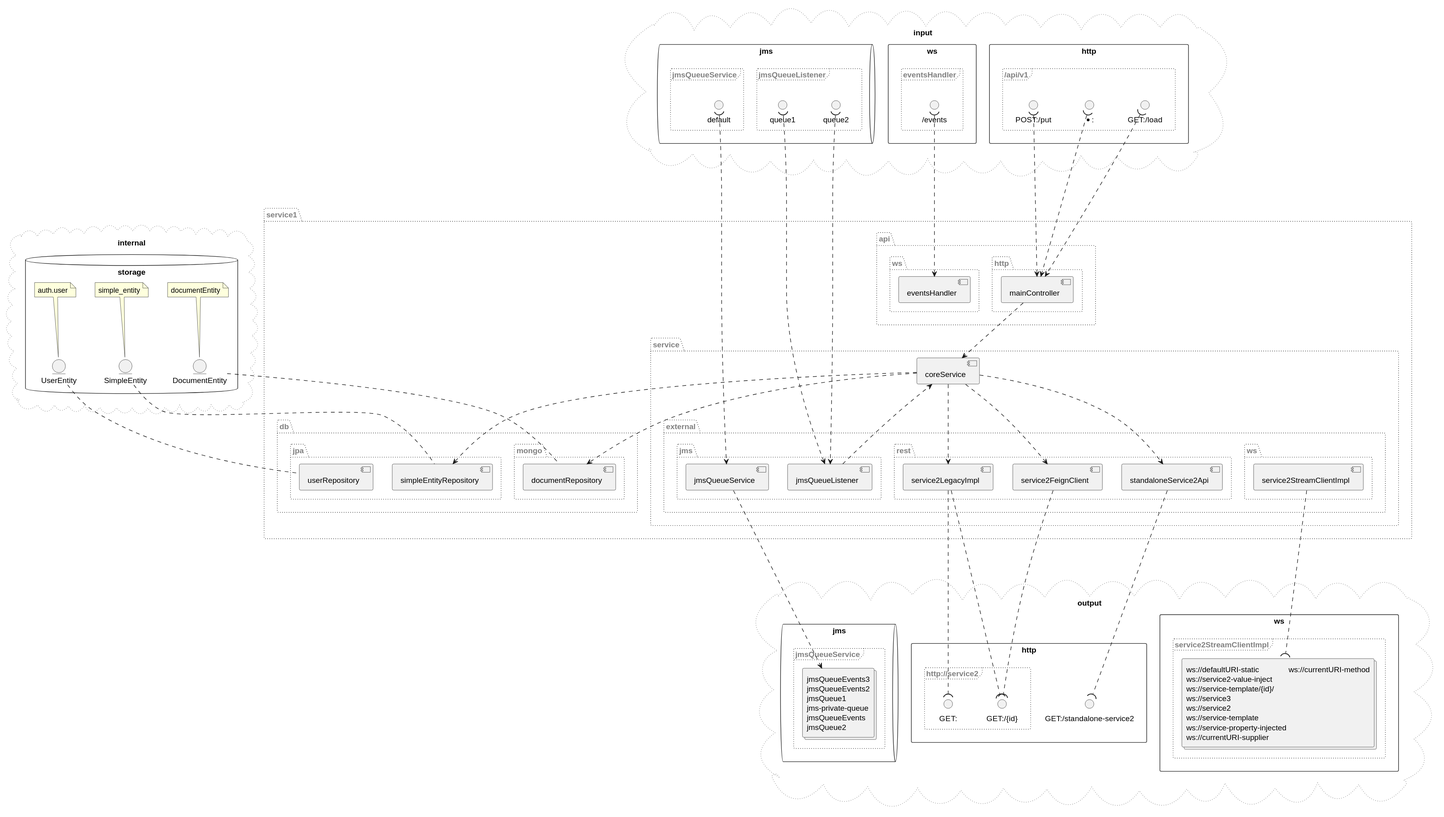
Before: test/service1/src/schema/connections.svg, a diagram exported from PlantUML (m4gshm/spring-boot-components-visualizer). Its diagram source:
```plantuml
@startuml
remove @unlinked
package "service1" as service1 #line.dotted;text:gray {
  package "api" as service1.api #line.dotted;text:gray {
    package "http" as service1.api.http #line.dotted;text:gray {
      component mainController as mainController
    }
    package "ws" as service1.api.ws #line.dotted;text:gray {
      component eventsHandler as eventsHandler
    }
  }
  package "db" as service1.db #line.dotted;text:gray {
    package "jpa" as service1.db.jpa #line.dotted;text:gray {
      component simpleEntityRepository as simpleEntityRepository
      component userRepository as userRepository
    }
    package "mongo" as service1.db.mongo #line.dotted;text:gray {
      component documentRepository as documentRepository
    }
  }
  package "service" as service1.service #line.dotted;text:gray {
    component coreService as coreService
    package "external" as service1.service.external #line.dotted;text:gray {
      package "jms" as service1.service.external.jms #line.dotted;text:gray {
        component jmsQueueListener as jmsQueueListener
        component jmsQueueService as jmsQueueService
      }
      package "rest" as service1.service.external.rest #line.dotted;text:gray {
        component service2LegacyImpl as service2LegacyImpl
        component standaloneService2Api as standaloneService2Api
        component service2FeignClient as service2FeignClient
      }
      package "ws" as service1.service.external.ws #line.dotted;text:gray {
        component service2StreamClientImpl as service2StreamClientImpl
      }
    }
  }
}
mainController ..> coreService
coreService ..> documentRepository
coreService ..> service2FeignClient
coreService ..> service2LegacyImpl
coreService ..> simpleEntityRepository
coreService ..> standaloneService2Api
jmsQueueListener ..> coreService
cloud "internal" as internal #line.dotted;line:gray; {
  database "storage" as internal.storage {
    entity "UserEntity" as internal.jpa.classservice1.db.jpa.model.UserEntity..auth.user.
    note "auth.user" as internal.jpa.classservice1.db.jpa.model.UserEntity..auth.user..table_name
    internal.jpa.classservice1.db.jpa.model.UserEntity..auth.user..table_name .. internal.jpa.classservice1.db.jpa.model.UserEntity..auth.user.
    internal.jpa.classservice1.db.jpa.model.UserEntity..auth.user. .. userRepository
    entity "SimpleEntity" as internal.jpa.classservice1.db.jpa.model.SimpleEntity..simple_entity.
    note "simple_entity" as internal.jpa.classservice1.db.jpa.model.SimpleEntity..simple_entity..table_name
    internal.jpa.classservice1.db.jpa.model.SimpleEntity..simple_entity..table_name .. internal.jpa.classservice1.db.jpa.model.SimpleEntity..simple_entity.
    internal.jpa.classservice1.db.jpa.model.SimpleEntity..simple_entity. .. simpleEntityRepository
    entity "DocumentEntity" as internal.mongo.classservice1.db.mongo.model.DocumentEntity..documentEntity.
    note "documentEntity" as internal.mongo.classservice1.db.mongo.model.DocumentEntity..documentEntity..table_name
    internal.mongo.classservice1.db.mongo.model.DocumentEntity..documentEntity..table_name .. internal.mongo.classservice1.db.mongo.model.DocumentEntity..documentEntity.
    internal.mongo.classservice1.db.mongo.model.DocumentEntity..documentEntity. .. documentRepository
  }
}
cloud "input" as input #line.dotted;line:gray; {
  rectangle "ws" as input.websocket {
    frame "eventsHandler" as input.websocket.eventsHandler #line.dotted;text:gray {
      interface "/events" as in.in.ws..events
      in.in.ws..events )....> eventsHandler
    }
  }
  queue "jms" as input.jms {
    frame "jmsQueueService" as input.jms.jmsQueueService #line.dotted;text:gray {
      interface "default" as in.default.in
      in.default.in )....> jmsQueueService
    }
    frame "jmsQueueListener" as input.jms.jmsQueueListener #line.dotted;text:gray {
      interface "queue2" as in.queue2.in
      in.queue2.in )....> jmsQueueListener
      interface "queue1" as in.queue1.in
      in.queue1.in )....> jmsQueueListener
    }
  }
  rectangle "http" as input.http {
    frame "/api/v1" as input.http..api.v1 #line.dotted;text:gray {
      interface "*:" as in....api.v1.
      in....api.v1. )....> mainController
      interface "GET:/load" as in.GET..api.v1.load
      in.GET..api.v1.load )....> mainController
      interface "POST:/put" as in.POST..api.v1.put
      in.POST..api.v1.put )....> mainController
    }
  }
}
cloud "output" as output #line.dotted;line:gray; {
  rectangle "ws" as output.websocket {
    frame "service2StreamClientImpl" as output.websocket.service2StreamClientImpl #line.dotted;text:gray {
      collections "<#transparent,transparent>|ws://defaultURI-static |ws://currentURI-method|\n<#transparent,transparent>|ws://service2-value-inject | |\n<#transparent,transparent>|ws://service-template/{id}/ | |\n<#transparent,transparent>|ws://service3 | |\n<#transparent,transparent>|ws://service2 | |\n<#transparent,transparent>|ws://service-template | |\n<#transparent,transparent>|ws://service-property-injected | |\n<#transparent,transparent>|ws://currentURI-supplier | |" as service2StreamClientImpl.interfaces
      service2StreamClientImpl ....( service2StreamClientImpl.interfaces
    }
  }
  rectangle "http" as output.http {
    interface "GET:/standalone-service2" as out.GET.standalone.service2..id.
    standaloneService2Api ....( out.GET.standalone.service2..id.
    frame "http://service2" as output.http.http...service2 #line.dotted;text:gray {
      interface "GET:" as out.GET.http...service2
      service2LegacyImpl ....( out.GET.http...service2
      interface "GET:/{id}" as out.GET.http...service2..id.
      service2LegacyImpl ....( out.GET.http...service2..id.
      service2FeignClient ....( out.GET.http...service2..id.
    }
  }
  queue "jms" as output.jms {
    frame "jmsQueueService" as output.jms.jmsQueueService #line.dotted;text:gray {
      collections "<#transparent,transparent>|jmsQueueEvents3|\n<#transparent,transparent>|jmsQueueEvents2|\n<#transparent,transparent>|jmsQueue1|\n<#transparent,transparent>|jms-private-queue|\n<#transparent,transparent>|jmsQueueEvents|\n<#transparent,transparent>|jmsQueue2|" as jmsQueueService.interfaces
      jmsQueueService ....> jmsQueueService.interfaces
    }
  }
}
@enduml
```
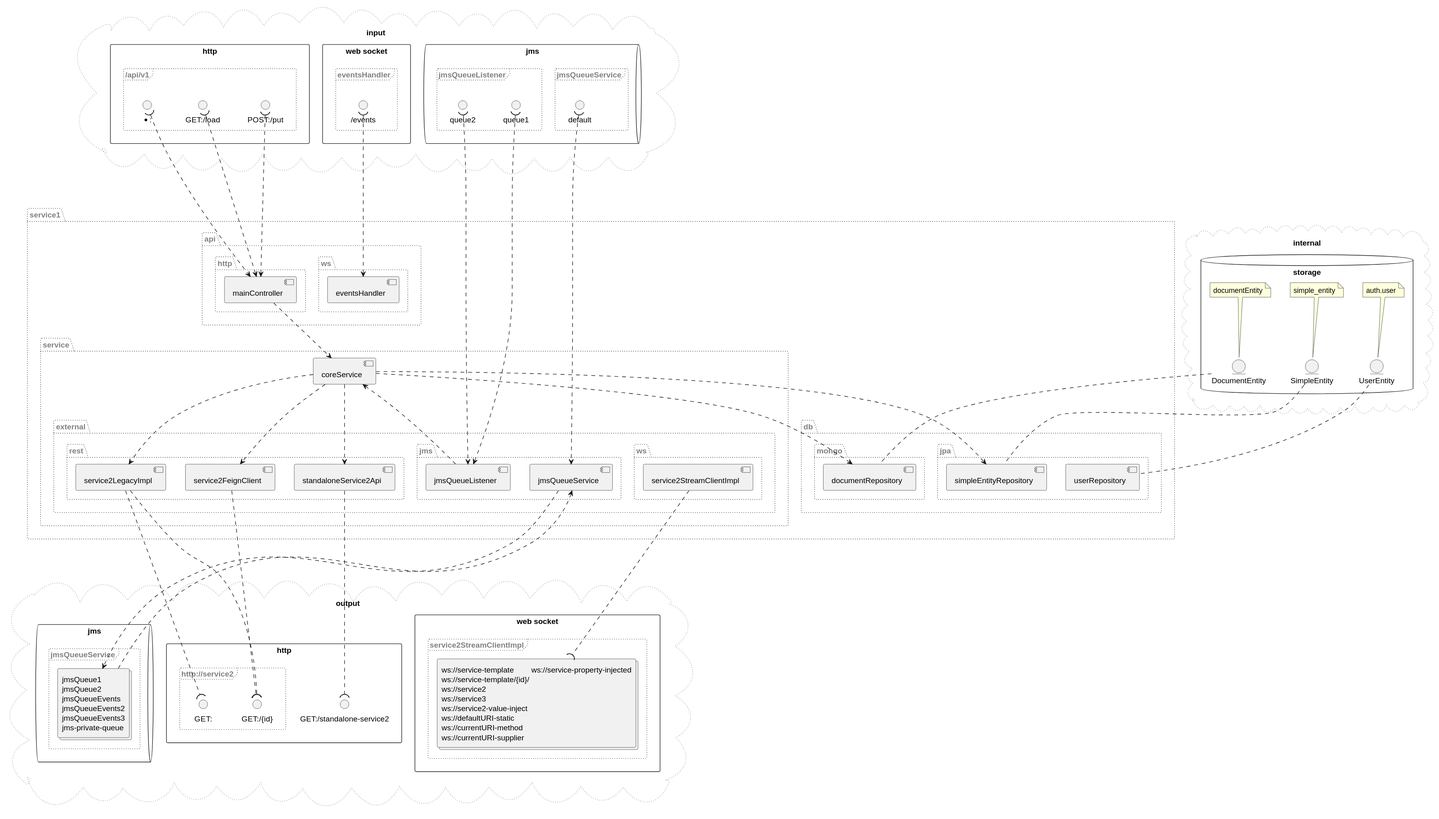
After the change.

Change to the diagram source:
```diff
@@ -43,41 +43,7 @@
 coreService ..> simpleEntityRepository
 coreService ..> standaloneService2Api
 jmsQueueListener ..> coreService
-cloud "internal" as internal #line.dotted;line:gray; {
-  database "storage" as internal.storage {
-    entity "UserEntity" as internal.jpa.classservice1.db.jpa.model.UserEntity..auth.user.
-    note "auth.user" as internal.jpa.classservice1.db.jpa.model.UserEntity..auth.user..table_name
-    internal.jpa.classservice1.db.jpa.model.UserEntity..auth.user..table_name .. internal.jpa.classservice1.db.jpa.model.UserEntity..auth.user.
-    internal.jpa.classservice1.db.jpa.model.UserEntity..auth.user. .. userRepository
-    entity "SimpleEntity" as internal.jpa.classservice1.db.jpa.model.SimpleEntity..simple_entity.
-    note "simple_entity" as internal.jpa.classservice1.db.jpa.model.SimpleEntity..simple_entity..table_name
-    internal.jpa.classservice1.db.jpa.model.SimpleEntity..simple_entity..table_name .. internal.jpa.classservice1.db.jpa.model.SimpleEntity..simple_entity.
-    internal.jpa.classservice1.db.jpa.model.SimpleEntity..simple_entity. .. simpleEntityRepository
-    entity "DocumentEntity" as internal.mongo.classservice1.db.mongo.model.DocumentEntity..documentEntity.
-    note "documentEntity" as internal.mongo.classservice1.db.mongo.model.DocumentEntity..documentEntity..table_name
-    internal.mongo.classservice1.db.mongo.model.DocumentEntity..documentEntity..table_name .. internal.mongo.classservice1.db.mongo.model.DocumentEntity..documentEntity.
-    internal.mongo.classservice1.db.mongo.model.DocumentEntity..documentEntity. .. documentRepository
-  }
-}
 cloud "input" as input #line.dotted;line:gray; {
-  rectangle "ws" as input.websocket {
-    frame "eventsHandler" as input.websocket.eventsHandler #line.dotted;text:gray {
-      interface "/events" as in.in.ws..events
-      in.in.ws..events )....> eventsHandler
-    }
-  }
-  queue "jms" as input.jms {
-    frame "jmsQueueService" as input.jms.jmsQueueService #line.dotted;text:gray {
-      interface "default" as in.default.in
-      in.default.in )....> jmsQueueService
-    }
-    frame "jmsQueueListener" as input.jms.jmsQueueListener #line.dotted;text:gray {
-      interface "queue2" as in.queue2.in
-      in.queue2.in )....> jmsQueueListener
-      interface "queue1" as in.queue1.in
-      in.queue1.in )....> jmsQueueListener
-    }
-  }
   rectangle "http" as input.http {
     frame "/api/v1" as input.http..api.v1 #line.dotted;text:gray {
       interface "*:" as in....api.v1.
@@ -88,12 +54,47 @@
       in.POST..api.v1.put )....> mainController
     }
   }
+  rectangle "web socket" as input.websocket {
+    frame "eventsHandler" as input.websocket.eventsHandler #line.dotted;text:gray {
+      interface "/events" as in.in.ws..events
+      in.in.ws..events )....> eventsHandler
+    }
+  }
+  queue "jms" as input.jms {
+    frame "jmsQueueListener" as input.jms.jmsQueueListener #line.dotted;text:gray {
+      interface "queue1" as in.queue1.in
+      in.queue1.in )....> jmsQueueListener
+      interface "queue2" as in.queue2.in
+      in.queue2.in )....> jmsQueueListener
+    }
+    frame "jmsQueueService" as input.jms.jmsQueueService #line.dotted;text:gray {
+      interface "default" as in.default.in
+      in.default.in )....> jmsQueueService
+    }
+  }
+}
+cloud "internal" as internal #line.dotted;line:gray; {
+  database "storage" as internal.storage {
+    entity "SimpleEntity" as internal.jpa.classservice1.db.jpa.model.SimpleEntity..simple_entity.
+    note "simple_entity" as internal.jpa.classservice1.db.jpa.model.SimpleEntity..simple_entity..table_name
+    internal.jpa.classservice1.db.jpa.model.SimpleEntity..simple_entity..table_name .. internal.jpa.classservice1.db.jpa.model.SimpleEntity..simple_entity.
+    internal.jpa.classservice1.db.jpa.model.SimpleEntity..simple_entity. .. simpleEntityRepository
+    entity "UserEntity" as internal.jpa.classservice1.db.jpa.model.UserEntity..auth.user.
+    note "auth.user" as internal.jpa.classservice1.db.jpa.model.UserEntity..auth.user..table_name
+    internal.jpa.classservice1.db.jpa.model.UserEntity..auth.user..table_name .. internal.jpa.classservice1.db.jpa.model.UserEntity..auth.user.
+    internal.jpa.classservice1.db.jpa.model.UserEntity..auth.user. .. userRepository
+    entity "DocumentEntity" as internal.mongo.classservice1.db.mongo.model.DocumentEntity..documentEntity.
+    note "documentEntity" as internal.mongo.classservice1.db.mongo.model.DocumentEntity..documentEntity..table_name
+    internal.mongo.classservice1.db.mongo.model.DocumentEntity..documentEntity..table_name .. internal.mongo.classservice1.db.mongo.model.DocumentEntity..documentEntity.
+    internal.mongo.classservice1.db.mongo.model.DocumentEntity..documentEntity. .. documentRepository
+  }
 }
 cloud "output" as output #line.dotted;line:gray; {
-  rectangle "ws" as output.websocket {
-    frame "service2StreamClientImpl" as output.websocket.service2StreamClientImpl #line.dotted;text:gray {
-      collections "<#transparent,transparent>|ws://defaultURI-static |ws://currentURI-method|\n<#transparent,transparent>|ws://service2-value-inject | |\n<#transparent,transparent>|ws://service-template/{id}/ | |\n<#transparent,transparent>|ws://service3 | |\n<#transparent,transparent>|ws://service2 | |\n<#transparent,transparent>|ws://service-template | |\n<#transparent,transparent>|ws://service-property-injected | |\n<#transparent,transparent>|ws://currentURI-supplier | |" as service2StreamClientImpl.interfaces
-      service2StreamClientImpl ....( service2StreamClientImpl.interfaces
+  queue "jms" as output.jms {
+    frame "jmsQueueService" as output.jms.jmsQueueService #line.dotted;text:gray {
+      collections "<#transparent,transparent>|jmsQueue1|\n<#transparent,transparent>|jmsQueue2|\n<#transparent,transparent>|jmsQueueEvents|\n<#transparent,transparent>|jmsQueueEvents2|\n<#transparent,transparent>|jmsQueueEvents3|\n<#transparent,transparent>|jms-private-queue|" as jmsQueueService.interfaces
+      jmsQueueService ....> jmsQueueService.interfaces
+      jmsQueueService <.... jmsQueueService.interfaces
     }
   }
   rectangle "http" as output.http {
@@ -107,10 +108,10 @@
       service2FeignClient ....( out.GET.http...service2..id.
     }
   }
-  queue "jms" as output.jms {
-    frame "jmsQueueService" as output.jms.jmsQueueService #line.dotted;text:gray {
-      collections "<#transparent,transparent>|jmsQueueEvents3|\n<#transparent,transparent>|jmsQueueEvents2|\n<#transparent,transparent>|jmsQueue1|\n<#transparent,transparent>|jms-private-queue|\n<#transparent,transparent>|jmsQueueEvents|\n<#transparent,transparent>|jmsQueue2|" as jmsQueueService.interfaces
-      jmsQueueService ....> jmsQueueService.interfaces
+  rectangle "web socket" as output.websocket {
+    frame "service2StreamClientImpl" as output.websocket.service2StreamClientImpl #line.dotted;text:gray {
+      collections "<#transparent,transparent>|ws://service-template |ws://service-property-injected|\n<#transparent,transparent>|ws://service-template/{id}/ | |\n<#transparent,transparent>|ws://service2 | |\n<#transparent,transparent>|ws://service3 | |\n<#transparent,transparent>|ws://service2-value-inject | |\n<#transparent,transparent>|ws://defaultURI-static | |\n<#transparent,transparent>|ws://currentURI-method | |\n<#transparent,transparent>|ws://currentURI-supplier | |" as service2StreamClientImpl.interfaces
+      service2StreamClientImpl ....( service2StreamClientImpl.interfaces
     }
   }
 }
```
